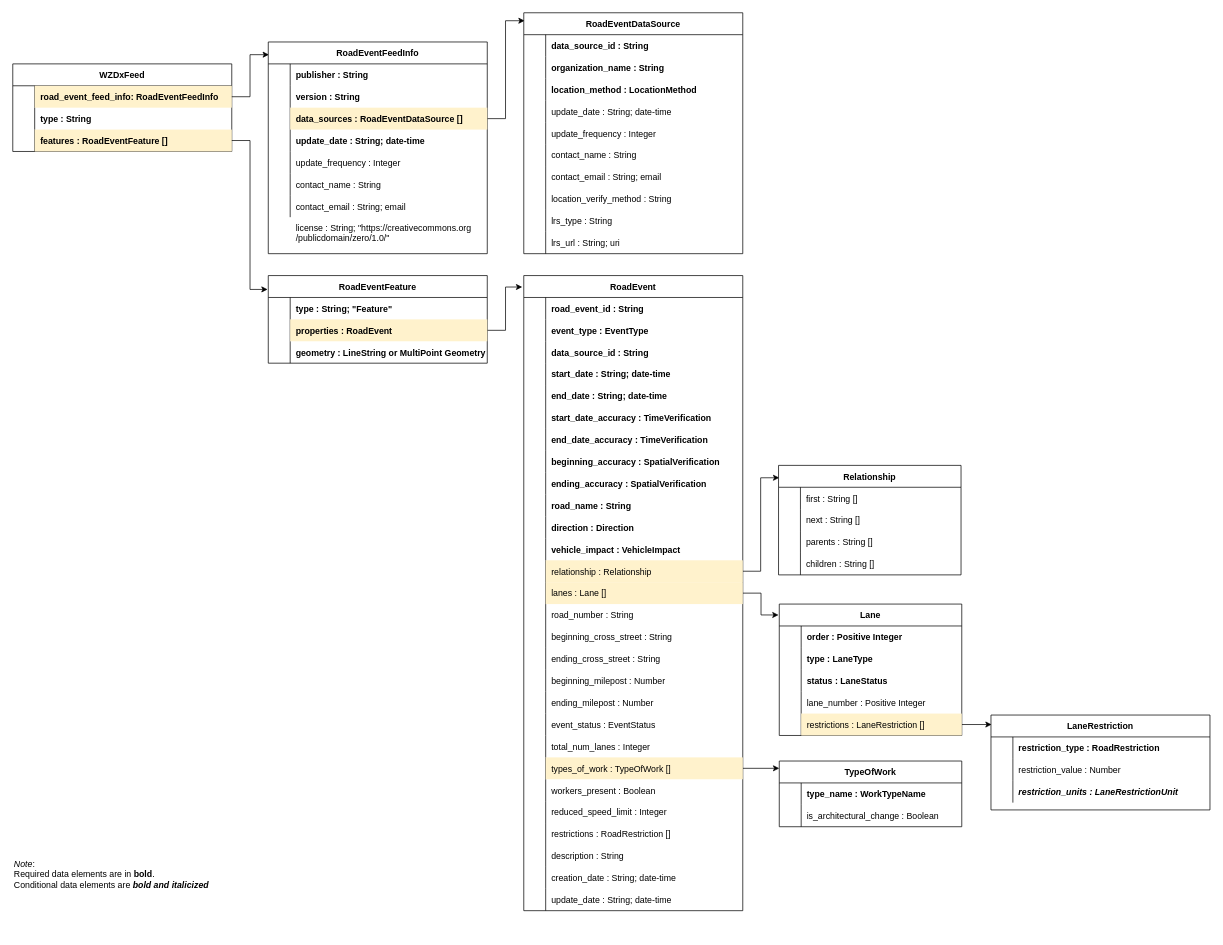
Earlier version of the draw.io diagram images/wzdx_object_diagram.drawio (usdot-jpo-ode/wzdx). Source tidied: cells renumbered, new cells numbered last; positions are measured from the earlier drawing's top-left corner, leaving out a move shared by most shapes. Both pictures are drawn from the tidied source at 73%, with x=0, y=0 at pixel (12, 12).
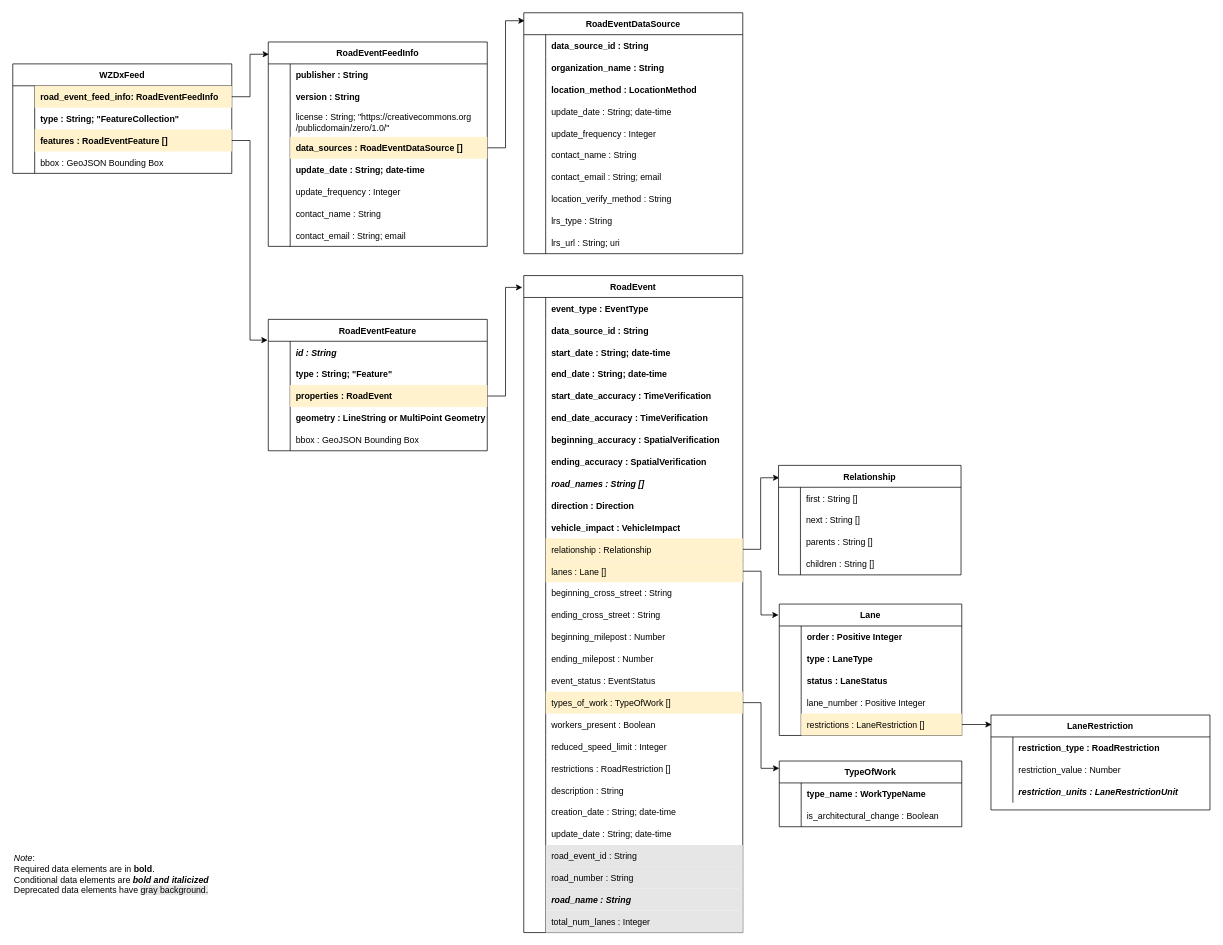
After the change.

Commit message (it also covers changes not shown here):
Update object diagram drawio and jpg files

The change refers to these unchanged cells:
```xml
<mxCell id="11" style="shape=partialRectangle;fillColor=none;top=0;left=0;right=0;bottom=0;" parent="7" vertex="1">
  <mxGeometry y="60" width="300" height="30" as="geometry" />
</mxCell>
<mxCell id="44" style="shape=partialRectangle;fillColor=none;top=0;left=0;right=0;bottom=0;" parent="43" vertex="1">
  <mxGeometry y="30" width="300" height="30" as="geometry" />
</mxCell>
```

Change to the diagram source:
```diff
@@
-    <mxCell id="2" value="&lt;i&gt;Note&lt;/i&gt;: &lt;br&gt;Required data elements are in&amp;nbsp;&lt;b&gt;bold&lt;/b&gt;. &lt;br&gt;Conditional data elements are&amp;nbsp;&lt;b&gt;&lt;i&gt;bold and italicized&lt;/i&gt;&lt;/b&gt;&amp;nbsp;" style="text;html=1;strokeColor=none;fillColor=none;align=left;verticalAlign=middle;whiteSpace=wrap;rounded=0;" parent="1" vertex="1">
+    <mxCell id="2" value="&lt;i&gt;Note&lt;/i&gt;: &lt;br&gt;Required data elements are in&amp;nbsp;&lt;b&gt;bold&lt;/b&gt;. &lt;br&gt;Conditional data elements are&amp;nbsp;&lt;b&gt;&lt;i&gt;bold and italicized&lt;/i&gt;&lt;/b&gt;&amp;nbsp;&lt;br&gt;Deprecated data elements have &lt;span style=&quot;background-color: rgb(230 , 230 , 230)&quot;&gt;gray background.&lt;/span&gt;" style="text;html=1;strokeColor=none;fillColor=none;align=left;verticalAlign=middle;whiteSpace=wrap;rounded=0;" parent="1" vertex="1">
       <mxGeometry y="1170" width="540" height="20" as="geometry" />
     </mxCell>
@@
     <mxCell id="7" value="WZDxFeed" style="shape=table;startSize=30;childLayout=tableLayout;rowLines=0;fontStyle=1;align=center;" parent="1" vertex="1">
-      <mxGeometry y="70" width="300" height="120" as="geometry" />
+      <mxGeometry y="70" width="300" height="150" as="geometry" />
     </mxCell>
@@
-    <mxCell id="13" value="type : String" style="shape=partialRectangle;overflow=hidden;fillColor=none;top=0;left=0;bottom=0;right=0;align=left;spacingLeft=6;fontStyle=1;" parent="11" vertex="1">
+    <mxCell id="13" value="type : String; &quot;FeatureCollection&quot;" style="shape=partialRectangle;overflow=hidden;fillColor=none;top=0;left=0;bottom=0;right=0;align=left;spacingLeft=6;fontStyle=1;" parent="11" vertex="1">
       <mxGeometry x="30" width="270" height="30" as="geometry" />
     </mxCell>
@@
+    <mxCell id="216" style="shape=partialRectangle;fillColor=none;top=0;left=0;right=0;bottom=0;" parent="7" vertex="1">
+      <mxGeometry y="120" width="300" height="30" as="geometry" />
+    </mxCell>
+    <mxCell id="217" style="shape=partialRectangle;overflow=hidden;fillColor=none;top=0;left=0;bottom=0;right=0;" parent="216" vertex="1">
+      <mxGeometry width="30" height="30" as="geometry" />
+    </mxCell>
+    <mxCell id="218" value="bbox : GeoJSON Bounding Box" style="shape=partialRectangle;overflow=hidden;top=0;left=0;bottom=0;right=0;align=left;spacingLeft=6;fontStyle=0;strokeColor=#d6b656;fillColor=none;" parent="216" vertex="1">
+      <mxGeometry x="30" width="270" height="30" as="geometry" />
+    </mxCell>
@@
     <mxCell id="21" value="RoadEventFeedInfo" style="shape=table;startSize=30;childLayout=tableLayout;rowLines=0;fontStyle=1;align=center;" parent="1" vertex="1">
-      <mxGeometry x="350" y="40" width="300" height="290" as="geometry" />
+      <mxGeometry x="350" y="40" width="300" height="280" as="geometry" />
     </mxCell>
@@
+    <mxCell id="219" style="shape=partialRectangle;fillColor=none;top=0;left=0;right=0;bottom=0;" parent="21" vertex="1">
+      <mxGeometry y="60" width="300" height="30" as="geometry" />
+    </mxCell>
+    <mxCell id="220" style="shape=partialRectangle;overflow=hidden;fillColor=none;top=0;left=0;bottom=0;right=0;" parent="219" vertex="1">
+      <mxGeometry width="30" height="30" as="geometry" />
+    </mxCell>
+    <mxCell id="221" value="version : String" style="shape=partialRectangle;overflow=hidden;fillColor=none;top=0;left=0;bottom=0;right=0;align=left;spacingLeft=6;fontStyle=1;" parent="219" vertex="1">
+      <mxGeometry x="30" width="270" height="30" as="geometry" />
+    </mxCell>
     <mxCell id="25" style="shape=partialRectangle;fillColor=none;top=0;left=0;right=0;bottom=0;" parent="21" vertex="1">
-      <mxGeometry y="60" width="300" height="30" as="geometry" />
+      <mxGeometry y="90" width="300" height="40" as="geometry" />
     </mxCell>
     <mxCell id="26" style="shape=partialRectangle;overflow=hidden;fillColor=none;top=0;left=0;bottom=0;right=0;" parent="25" vertex="1">
-      <mxGeometry width="30" height="30" as="geometry" />
+      <mxGeometry width="30" height="40" as="geometry" />
     </mxCell>
-    <mxCell id="27" value="version : String" style="shape=partialRectangle;overflow=hidden;fillColor=none;top=0;left=0;bottom=0;right=0;align=left;spacingLeft=6;fontStyle=1;" parent="25" vertex="1">
-      <mxGeometry x="30" width="270" height="30" as="geometry" />
+    <mxCell id="27" value="license : String; &quot;https://creativecommons.org&#10;/publicdomain/zero/1.0/&quot;" style="shape=partialRectangle;overflow=hidden;fillColor=none;top=0;left=0;bottom=0;right=0;align=left;spacingLeft=6;fontStyle=0;" parent="25" vertex="1">
+      <mxGeometry x="30" width="270" height="40" as="geometry" />
     </mxCell>
     <mxCell id="28" style="shape=partialRectangle;fillColor=none;points=[[0,0.5],[1,0.5]];portConstraint=eastwest;top=0;left=0;right=0;bottom=0;" parent="21" vertex="1">
-      <mxGeometry y="90" width="300" height="30" as="geometry" />
+      <mxGeometry y="130" width="300" height="30" as="geometry" />
     </mxCell>
@@
     <mxCell id="31" style="shape=partialRectangle;fillColor=none;top=0;left=0;right=0;bottom=0;" parent="21" vertex="1">
-      <mxGeometry y="120" width="300" height="30" as="geometry" />
+      <mxGeometry y="160" width="300" height="30" as="geometry" />
     </mxCell>
@@
     <mxCell id="34" style="shape=partialRectangle;fillColor=none;top=0;left=0;right=0;bottom=0;" parent="21" vertex="1">
-      <mxGeometry y="150" width="300" height="30" as="geometry" />
+      <mxGeometry y="190" width="300" height="30" as="geometry" />
     </mxCell>
@@
     <mxCell id="37" style="shape=partialRectangle;fillColor=none;top=0;left=0;right=0;bottom=0;" parent="21" vertex="1">
-      <mxGeometry y="180" width="300" height="30" as="geometry" />
+      <mxGeometry y="220" width="300" height="30" as="geometry" />
     </mxCell>
@@
     <mxCell id="40" style="shape=partialRectangle;fillColor=none;top=0;left=0;right=0;bottom=0;" parent="21" vertex="1">
-      <mxGeometry y="210" width="300" height="30" as="geometry" />
+      <mxGeometry y="250" width="300" height="30" as="geometry" />
     </mxCell>
@@
     <mxCell id="43" value="RoadEventFeature" style="shape=table;startSize=30;childLayout=tableLayout;rowLines=0;fontStyle=1;align=center;" parent="1" vertex="1">
-      <mxGeometry x="350" y="360" width="300" height="120" as="geometry" />
+      <mxGeometry x="350" y="420" width="300" height="180" as="geometry" />
     </mxCell>
@@
-    <mxCell id="46" value="type : String; &quot;Feature&quot;" style="shape=partialRectangle;overflow=hidden;top=0;left=0;bottom=0;right=0;align=left;spacingLeft=6;fontStyle=1;strokeColor=#d6b656;fillColor=none;" parent="44" vertex="1">
+    <mxCell id="46" value="id : String" style="shape=partialRectangle;overflow=hidden;top=0;left=0;bottom=0;right=0;align=left;spacingLeft=6;fontStyle=3;strokeColor=#d6b656;fillColor=none;" parent="44" vertex="1">
       <mxGeometry x="30" width="270" height="30" as="geometry" />
     </mxCell>
+    <mxCell id="222" style="shape=partialRectangle;fillColor=none;top=0;left=0;right=0;bottom=0;" parent="43" vertex="1">
+      <mxGeometry y="60" width="300" height="30" as="geometry" />
+    </mxCell>
+    <mxCell id="223" style="shape=partialRectangle;overflow=hidden;fillColor=none;top=0;left=0;bottom=0;right=0;" parent="222" vertex="1">
+      <mxGeometry width="30" height="30" as="geometry" />
+    </mxCell>
+    <mxCell id="224" value="type : String; &quot;Feature&quot;" style="shape=partialRectangle;overflow=hidden;top=0;left=0;bottom=0;right=0;align=left;spacingLeft=6;fontStyle=1;strokeColor=#d6b656;fillColor=none;" parent="222" vertex="1">
+      <mxGeometry x="30" width="270" height="30" as="geometry" />
+    </mxCell>
     <mxCell id="47" style="shape=partialRectangle;fillColor=none;points=[[0,0.5],[1,0.5]];portConstraint=eastwest;top=0;left=0;right=0;bottom=0;" parent="43" vertex="1">
-      <mxGeometry y="60" width="300" height="30" as="geometry" />
+      <mxGeometry y="90" width="300" height="30" as="geometry" />
     </mxCell>
@@
     <mxCell id="50" style="shape=partialRectangle;fillColor=none;top=0;left=0;right=0;bottom=0;" parent="43" vertex="1">
-      <mxGeometry y="90" width="300" height="30" as="geometry" />
+      <mxGeometry y="120" width="300" height="30" as="geometry" />
     </mxCell>
@@
+    <mxCell id="225" style="shape=partialRectangle;fillColor=none;top=0;left=0;right=0;bottom=0;" parent="43" vertex="1">
+      <mxGeometry y="150" width="300" height="30" as="geometry" />
+    </mxCell>
+    <mxCell id="226" style="shape=partialRectangle;overflow=hidden;fillColor=none;top=0;left=0;bottom=0;right=0;" parent="225" vertex="1">
+      <mxGeometry width="30" height="30" as="geometry" />
+    </mxCell>
+    <mxCell id="227" value="bbox : GeoJSON Bounding Box" style="shape=partialRectangle;overflow=hidden;top=0;left=0;bottom=0;right=0;align=left;spacingLeft=6;fontStyle=0;strokeColor=#d6b656;fillColor=none;" parent="225" vertex="1">
+      <mxGeometry x="30" width="270" height="30" as="geometry" />
+    </mxCell>
@@
     <mxCell id="84" value="RoadEvent" style="shape=table;startSize=30;childLayout=tableLayout;rowLines=0;fontStyle=1;align=center;" parent="1" vertex="1">
-      <mxGeometry x="700" y="360" width="300" height="870" as="geometry" />
+      <mxGeometry x="700" y="360" width="300" height="900" as="geometry" />
     </mxCell>
-    <mxCell id="85" style="shape=partialRectangle;fillColor=none;top=0;left=0;right=0;bottom=0;" parent="84" vertex="1">
-      <mxGeometry y="30" width="300" height="30" as="geometry" />
-    </mxCell>
-    <mxCell id="86" style="shape=partialRectangle;overflow=hidden;fillColor=none;top=0;left=0;bottom=0;right=0;" parent="85" vertex="1">
-      <mxGeometry width="30" height="30" as="geometry" />
-    </mxCell>
-    <mxCell id="87" value="road_event_id : String" style="shape=partialRectangle;overflow=hidden;fillColor=none;top=0;left=0;bottom=0;right=0;align=left;spacingLeft=6;fontStyle=1;" parent="85" vertex="1">
-      <mxGeometry x="30" width="270" height="30" as="geometry" />
-    </mxCell>
     <mxCell id="88" style="shape=partialRectangle;fillColor=none;top=0;left=0;right=0;bottom=0;fontStyle=1;" parent="84" vertex="1">
-      <mxGeometry y="60" width="300" height="30" as="geometry" />
+      <mxGeometry y="30" width="300" height="30" as="geometry" />
     </mxCell>
@@
     <mxCell id="91" style="shape=partialRectangle;fillColor=none;top=0;left=0;right=0;bottom=0;" parent="84" vertex="1">
-      <mxGeometry y="90" width="300" height="30" as="geometry" />
+      <mxGeometry y="60" width="300" height="30" as="geometry" />
     </mxCell>
@@
     <mxCell id="94" style="shape=partialRectangle;fillColor=none;top=0;left=0;right=0;bottom=0;fontStyle=1;" parent="84" vertex="1">
-      <mxGeometry y="120" width="300" height="30" as="geometry" />
+      <mxGeometry y="90" width="300" height="30" as="geometry" />
     </mxCell>
@@
     <mxCell id="97" style="shape=partialRectangle;fillColor=none;top=0;left=0;right=0;bottom=0;fontStyle=1;" parent="84" vertex="1">
-      <mxGeometry y="150" width="300" height="30" as="geometry" />
+      <mxGeometry y="120" width="300" height="30" as="geometry" />
     </mxCell>
@@
     <mxCell id="100" style="shape=partialRectangle;fillColor=none;top=0;left=0;right=0;bottom=0;fontStyle=1;" parent="84" vertex="1">
-      <mxGeometry y="180" width="300" height="30" as="geometry" />
+      <mxGeometry y="150" width="300" height="30" as="geometry" />
     </mxCell>
@@
     <mxCell id="103" style="shape=partialRectangle;fillColor=none;top=0;left=0;right=0;bottom=0;fontStyle=1;" parent="84" vertex="1">
-      <mxGeometry y="210" width="300" height="30" as="geometry" />
+      <mxGeometry y="180" width="300" height="30" as="geometry" />
     </mxCell>
@@
     <mxCell id="106" style="shape=partialRectangle;fillColor=none;top=0;left=0;right=0;bottom=0;fontStyle=1;" parent="84" vertex="1">
-      <mxGeometry y="240" width="300" height="30" as="geometry" />
+      <mxGeometry y="210" width="300" height="30" as="geometry" />
     </mxCell>
@@
     <mxCell id="109" style="shape=partialRectangle;fillColor=none;top=0;left=0;right=0;bottom=0;fontStyle=1;" parent="84" vertex="1">
-      <mxGeometry y="270" width="300" height="30" as="geometry" />
+      <mxGeometry y="240" width="300" height="30" as="geometry" />
     </mxCell>
@@
     <mxCell id="112" style="shape=partialRectangle;fillColor=none;top=0;left=0;right=0;bottom=0;fontStyle=1;" parent="84" vertex="1">
-      <mxGeometry y="300" width="300" height="30" as="geometry" />
+      <mxGeometry y="270" width="300" height="30" as="geometry" />
     </mxCell>
@@
-    <mxCell id="114" value="road_name : String" style="shape=partialRectangle;overflow=hidden;fillColor=none;top=0;left=0;bottom=0;right=0;align=left;spacingLeft=6;fontStyle=1;" parent="112" vertex="1">
+    <mxCell id="114" value="road_names : String []" style="shape=partialRectangle;overflow=hidden;fillColor=none;top=0;left=0;bottom=0;right=0;align=left;spacingLeft=6;fontStyle=3;" parent="112" vertex="1">
       <mxGeometry x="30" width="270" height="30" as="geometry" />
     </mxCell>
     <mxCell id="115" style="shape=partialRectangle;fillColor=none;top=0;left=0;right=0;bottom=0;fontStyle=1;" parent="84" vertex="1">
-      <mxGeometry y="330" width="300" height="30" as="geometry" />
+      <mxGeometry y="300" width="300" height="30" as="geometry" />
     </mxCell>
@@
     <mxCell id="118" style="shape=partialRectangle;fillColor=none;top=0;left=0;right=0;bottom=0;fontStyle=1;" parent="84" vertex="1">
-      <mxGeometry y="360" width="300" height="30" as="geometry" />
+      <mxGeometry y="330" width="300" height="30" as="geometry" />
     </mxCell>
@@
     <mxCell id="121" style="shape=partialRectangle;fillColor=none;points=[[0,0.5],[1,0.5]];portConstraint=eastwest;top=0;left=0;right=0;bottom=0;fontStyle=1;" parent="84" vertex="1">
-      <mxGeometry y="390" width="300" height="30" as="geometry" />
+      <mxGeometry y="360" width="300" height="30" as="geometry" />
     </mxCell>
@@
     <mxCell id="124" style="shape=partialRectangle;fillColor=none;points=[[0,0.5],[1,0.5]];portConstraint=eastwest;top=0;left=0;right=0;bottom=0;fontStyle=1;" parent="84" vertex="1">
-      <mxGeometry y="420" width="300" height="30" as="geometry" />
+      <mxGeometry y="390" width="300" height="30" as="geometry" />
     </mxCell>
@@
-    <mxCell id="127" style="shape=partialRectangle;fillColor=none;top=0;left=0;right=0;bottom=0;fontStyle=1;" parent="84" vertex="1">
-      <mxGeometry y="450" width="300" height="30" as="geometry" />
-    </mxCell>
-    <mxCell id="128" style="shape=partialRectangle;overflow=hidden;fillColor=none;top=0;left=0;bottom=0;right=0;" parent="127" vertex="1">
-      <mxGeometry width="30" height="30" as="geometry" />
-    </mxCell>
-    <mxCell id="129" value="road_number : String" style="shape=partialRectangle;overflow=hidden;fillColor=none;top=0;left=0;bottom=0;right=0;align=left;spacingLeft=6;fontStyle=0;" parent="127" vertex="1">
-      <mxGeometry x="30" width="270" height="30" as="geometry" />
-    </mxCell>
     <mxCell id="130" style="shape=partialRectangle;fillColor=none;top=0;left=0;right=0;bottom=0;fontStyle=1;" parent="84" vertex="1">
-      <mxGeometry y="480" width="300" height="30" as="geometry" />
+      <mxGeometry y="420" width="300" height="30" as="geometry" />
     </mxCell>
@@
     <mxCell id="133" style="shape=partialRectangle;fillColor=none;top=0;left=0;right=0;bottom=0;fontStyle=1;" parent="84" vertex="1">
-      <mxGeometry y="510" width="300" height="30" as="geometry" />
+      <mxGeometry y="450" width="300" height="30" as="geometry" />
     </mxCell>
@@
     <mxCell id="136" style="shape=partialRectangle;fillColor=none;top=0;left=0;right=0;bottom=0;fontStyle=1;" parent="84" vertex="1">
-      <mxGeometry y="540" width="300" height="30" as="geometry" />
+      <mxGeometry y="480" width="300" height="30" as="geometry" />
     </mxCell>
@@
     <mxCell id="139" style="shape=partialRectangle;fillColor=none;top=0;left=0;right=0;bottom=0;fontStyle=1;" parent="84" vertex="1">
-      <mxGeometry y="570" width="300" height="30" as="geometry" />
+      <mxGeometry y="510" width="300" height="30" as="geometry" />
     </mxCell>
@@
     <mxCell id="142" style="shape=partialRectangle;fillColor=none;top=0;left=0;right=0;bottom=0;fontStyle=1;" parent="84" vertex="1">
-      <mxGeometry y="600" width="300" height="30" as="geometry" />
+      <mxGeometry y="540" width="300" height="30" as="geometry" />
     </mxCell>
@@
-    <mxCell id="145" style="shape=partialRectangle;fillColor=none;top=0;left=0;right=0;bottom=0;fontStyle=1;" parent="84" vertex="1">
-      <mxGeometry y="630" width="300" height="30" as="geometry" />
-    </mxCell>
-    <mxCell id="146" style="shape=partialRectangle;overflow=hidden;fillColor=none;top=0;left=0;bottom=0;right=0;" parent="145" vertex="1">
-      <mxGeometry width="30" height="30" as="geometry" />
-    </mxCell>
-    <mxCell id="147" value="total_num_lanes : Integer" style="shape=partialRectangle;overflow=hidden;fillColor=none;top=0;left=0;bottom=0;right=0;align=left;spacingLeft=6;fontStyle=0;" parent="145" vertex="1">
-      <mxGeometry x="30" width="270" height="30" as="geometry" />
-    </mxCell>
     <mxCell id="148" style="shape=partialRectangle;fillColor=none;points=[[0,0.5],[1,0.5]];portConstraint=eastwest;top=0;left=0;right=0;bottom=0;fontStyle=1;" parent="84" vertex="1">
-      <mxGeometry y="660" width="300" height="30" as="geometry" />
+      <mxGeometry y="570" width="300" height="30" as="geometry" />
     </mxCell>
@@
     <mxCell id="151" style="shape=partialRectangle;fillColor=none;top=0;left=0;right=0;bottom=0;fontStyle=1;" parent="84" vertex="1">
-      <mxGeometry y="690" width="300" height="30" as="geometry" />
+      <mxGeometry y="600" width="300" height="30" as="geometry" />
     </mxCell>
@@
     <mxCell id="154" style="shape=partialRectangle;fillColor=none;top=0;left=0;right=0;bottom=0;fontStyle=1;" parent="84" vertex="1">
-      <mxGeometry y="720" width="300" height="30" as="geometry" />
+      <mxGeometry y="630" width="300" height="30" as="geometry" />
     </mxCell>
@@
     <mxCell id="157" style="shape=partialRectangle;fillColor=none;top=0;left=0;right=0;bottom=0;fontStyle=1;" parent="84" vertex="1">
-      <mxGeometry y="750" width="300" height="30" as="geometry" />
+      <mxGeometry y="660" width="300" height="30" as="geometry" />
     </mxCell>
@@
     <mxCell id="160" style="shape=partialRectangle;fillColor=none;top=0;left=0;right=0;bottom=0;fontStyle=1;" parent="84" vertex="1">
-      <mxGeometry y="780" width="300" height="30" as="geometry" />
+      <mxGeometry y="690" width="300" height="30" as="geometry" />
     </mxCell>
@@
     <mxCell id="163" style="shape=partialRectangle;fillColor=none;top=0;left=0;right=0;bottom=0;fontStyle=1;" parent="84" vertex="1">
-      <mxGeometry y="810" width="300" height="30" as="geometry" />
+      <mxGeometry y="720" width="300" height="30" as="geometry" />
     </mxCell>
@@
     <mxCell id="166" style="shape=partialRectangle;fillColor=none;top=0;left=0;right=0;bottom=0;fontStyle=1;" parent="84" vertex="1">
-      <mxGeometry y="840" width="300" height="30" as="geometry" />
+      <mxGeometry y="750" width="300" height="30" as="geometry" />
     </mxCell>
@@
+    <mxCell id="85" style="shape=partialRectangle;fillColor=none;top=0;left=0;right=0;bottom=0;" parent="84" vertex="1">
+      <mxGeometry y="780" width="300" height="30" as="geometry" />
+    </mxCell>
+    <mxCell id="86" style="shape=partialRectangle;overflow=hidden;fillColor=none;top=0;left=0;bottom=0;right=0;" parent="85" vertex="1">
+      <mxGeometry width="30" height="30" as="geometry" />
+    </mxCell>
+    <mxCell id="87" value="road_event_id : String" style="shape=partialRectangle;overflow=hidden;top=0;left=0;bottom=0;right=0;align=left;spacingLeft=6;fontStyle=0;fillColor=#E6E6E6;" parent="85" vertex="1">
+      <mxGeometry x="30" width="270" height="30" as="geometry" />
+    </mxCell>
+    <mxCell id="127" style="shape=partialRectangle;fillColor=none;top=0;left=0;right=0;bottom=0;fontStyle=1;" parent="84" vertex="1">
+      <mxGeometry y="810" width="300" height="30" as="geometry" />
+    </mxCell>
+    <mxCell id="128" style="shape=partialRectangle;overflow=hidden;fillColor=none;top=0;left=0;bottom=0;right=0;" parent="127" vertex="1">
+      <mxGeometry width="30" height="30" as="geometry" />
+    </mxCell>
+    <mxCell id="129" value="road_number : String" style="shape=partialRectangle;overflow=hidden;top=0;left=0;bottom=0;right=0;align=left;spacingLeft=6;fontStyle=0;fillColor=#E6E6E6;" parent="127" vertex="1">
+      <mxGeometry x="30" width="270" height="30" as="geometry" />
+    </mxCell>
+    <mxCell id="228" style="shape=partialRectangle;fillColor=none;top=0;left=0;right=0;bottom=0;fontStyle=1;" parent="84" vertex="1">
+      <mxGeometry y="840" width="300" height="30" as="geometry" />
+    </mxCell>
+    <mxCell id="229" style="shape=partialRectangle;overflow=hidden;fillColor=none;top=0;left=0;bottom=0;right=0;" parent="228" vertex="1">
+      <mxGeometry width="30" height="30" as="geometry" />
+    </mxCell>
+    <mxCell id="230" value="road_name : String" style="shape=partialRectangle;overflow=hidden;top=0;left=0;bottom=0;right=0;align=left;spacingLeft=6;fontStyle=3;fillColor=#E6E6E6;" parent="228" vertex="1">
+      <mxGeometry x="30" width="270" height="30" as="geometry" />
+    </mxCell>
+    <mxCell id="145" style="shape=partialRectangle;fillColor=none;top=0;left=0;right=0;bottom=0;fontStyle=1;" parent="84" vertex="1">
+      <mxGeometry y="870" width="300" height="30" as="geometry" />
+    </mxCell>
+    <mxCell id="146" style="shape=partialRectangle;overflow=hidden;fillColor=none;top=0;left=0;bottom=0;right=0;" parent="145" vertex="1">
+      <mxGeometry width="30" height="30" as="geometry" />
+    </mxCell>
+    <mxCell id="147" value="total_num_lanes : Integer" style="shape=partialRectangle;overflow=hidden;top=0;left=0;bottom=0;right=0;align=left;spacingLeft=6;fontStyle=0;fillColor=#E6E6E6;" parent="145" vertex="1">
+      <mxGeometry x="30" width="270" height="30" as="geometry" />
+    </mxCell>
@@
-    <mxCell id="215" value="license : String; &quot;https://creativecommons.org&#10;/publicdomain/zero/1.0/&quot;" style="shape=partialRectangle;overflow=hidden;fillColor=none;top=0;left=0;bottom=0;right=0;align=left;spacingLeft=6;fontFamily=Helvetica;" parent="1" vertex="1">
-      <mxGeometry x="380" y="266" width="270" height="70" as="geometry" />
-    </mxCell>
```
